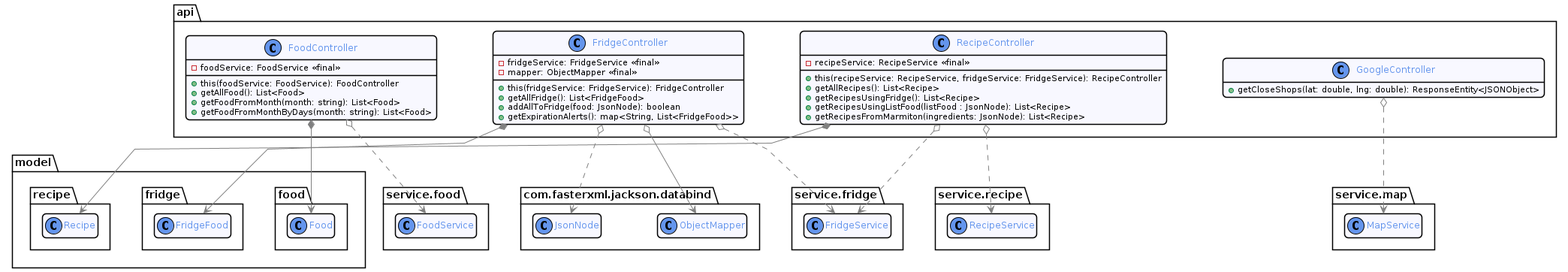
The PlantUML diagram docs/diagram/out/api.png in romainvacheret/wadge-backend, before a commit.
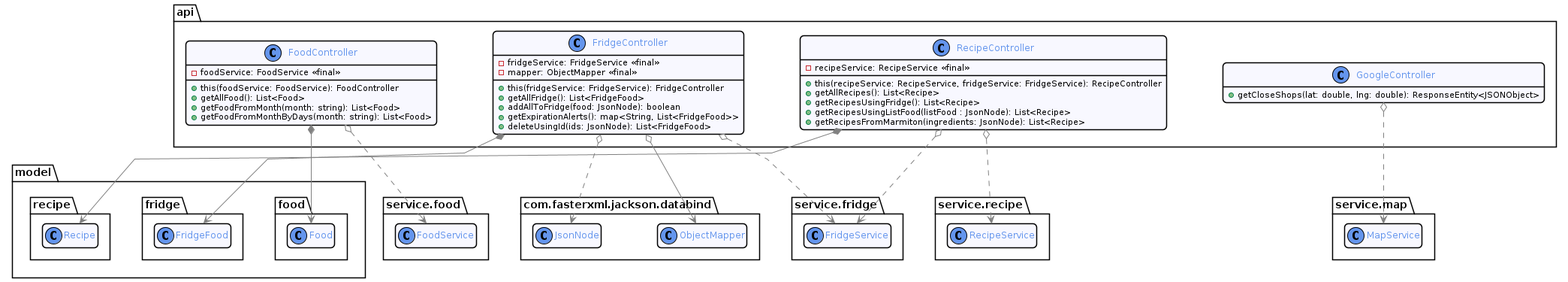
The same file after the commit.

What changed in the source:
```diff
@@ -52,6 +52,7 @@
         + getAllFridge(): List<FridgeFood>
         + addAllToFridge(food: JsonNode): boolean
         + getExpirationAlerts(): map<String, List<FridgeFood>>
+        + deleteUsingId(ids: JsonNode): List<FridgeFood>
     }
 
     class RecipeController {
```
